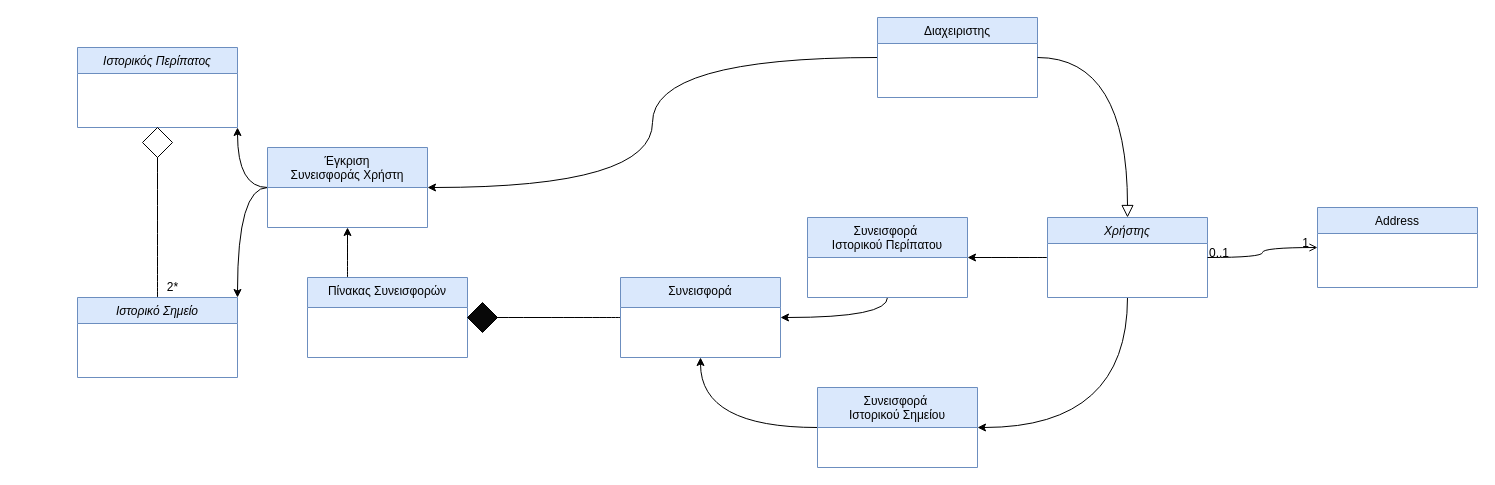
This is NOTES/Domain Model v0.1.drawio from Nektar24/software-engineering, a draw.io file, before an edit. Source tidied: cells renumbered, new cells numbered last; positions are measured from the earlier drawing's top-left corner, leaving out a move shared by most shapes. Both pictures are drawn from the tidied source at 100%, with x=0, y=0 at pixel (77, 17).
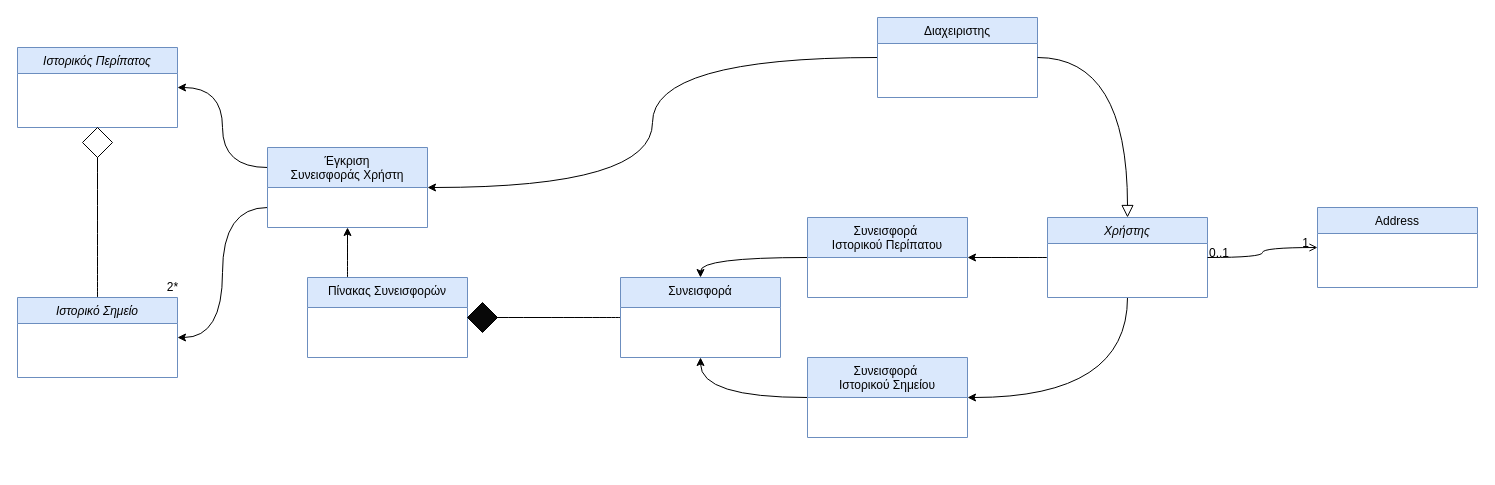
Above is the later version.

Commit message:
domain model changes

The change refers to these unchanged cells:
```xml
<mxCell id="17" value="Συνεισφορά &#10;Ιστορικού Περίπατου" style="swimlane;fontStyle=0;align=center;verticalAlign=top;horizontal=1;startSize=40;rounded=0;shadow=0;strokeWidth=1;fillColor=#dae8fc;strokeColor=#6c8ebf;glass=0;gradientColor=none;swimlaneFillColor=none;noLabel=0;labelPadding=0;swimlaneLine=1;fillStyle=auto;" parent="1" vertex="1">
  <mxGeometry x="730" y="200" width="160" height="80" as="geometry" />
</mxCell>
<mxCell id="23" value="Έγκριση&#10;Συνεισφοράς Χρήστη" style="swimlane;fontStyle=0;align=center;verticalAlign=top;horizontal=1;startSize=40;rounded=0;shadow=0;strokeWidth=1;fillColor=#dae8fc;strokeColor=#6c8ebf;" parent="1" vertex="1">
  <mxGeometry x="190" y="130" width="160" height="80" as="geometry" />
</mxCell>
<mxCell id="25" value="Συνεισφορά" style="swimlane;fontStyle=0;align=center;verticalAlign=top;horizontal=1;startSize=30;rounded=0;shadow=0;strokeWidth=1;fillColor=#dae8fc;strokeColor=#6c8ebf;" parent="1" vertex="1">
  <mxGeometry x="543" y="260" width="160" height="80" as="geometry" />
</mxCell>
```

Diff of the diagram source:
```diff
@@
     <mxCell id="12" value="Ιστορικός Περίπατος" style="swimlane;fontStyle=2;align=center;verticalAlign=top;horizontal=1;startSize=26;rounded=0;shadow=0;strokeWidth=1;fillColor=#dae8fc;strokeColor=#6c8ebf;" parent="1" vertex="1">
-      <mxGeometry y="30" width="160" height="80" as="geometry" />
+      <mxGeometry x="-60" y="30" width="160" height="80" as="geometry" />
     </mxCell>
@@
     <mxCell id="14" value="Ιστορικό Σημείο" style="swimlane;fontStyle=2;align=center;verticalAlign=top;horizontal=1;startSize=26;rounded=0;shadow=0;strokeWidth=1;fillColor=#dae8fc;strokeColor=#6c8ebf;" parent="1" vertex="1">
-      <mxGeometry y="280" width="160" height="80" as="geometry" />
+      <mxGeometry x="-60" y="280" width="160" height="80" as="geometry" />
     </mxCell>
@@
-    <mxCell id="16" style="edgeStyle=orthogonalEdgeStyle;curved=1;rounded=0;jettySize=auto;html=1;exitX=0.5;exitY=1;exitDx=0;exitDy=0;entryX=1;entryY=0.5;entryDx=0;entryDy=0;strokeColor=default;align=center;verticalAlign=middle;fontFamily=Helvetica;fontSize=11;fontColor=default;labelBackgroundColor=default;elbow=vertical;endArrow=classic;" parent="1" edge="1" source="17" target="25">
+    <mxCell id="16" style="edgeStyle=orthogonalEdgeStyle;curved=1;rounded=0;jettySize=auto;html=1;entryX=0.5;entryY=0;entryDx=0;entryDy=0;strokeColor=default;align=center;verticalAlign=middle;fontFamily=Helvetica;fontSize=11;fontColor=default;labelBackgroundColor=default;elbow=vertical;endArrow=classic;exitX=0;exitY=0.5;exitDx=0;exitDy=0;" parent="1" edge="1" source="17" target="25">
       <mxGeometry relative="1" as="geometry" />
     </mxCell>
@@
     <mxCell id="18" style="rhombus;whiteSpace=wrap;html=1;" parent="1" vertex="1">
-      <mxGeometry x="65" y="110" width="30" height="30" as="geometry" />
+      <mxGeometry x="5" y="110" width="30" height="30" as="geometry" />
     </mxCell>
@@
     <mxCell id="20" value="Συνεισφορά &#10;Ιστορικού Σημείου" style="swimlane;fontStyle=0;align=center;verticalAlign=top;horizontal=1;startSize=40;rounded=0;shadow=0;strokeWidth=1;fillColor=#dae8fc;strokeColor=#6c8ebf;glass=0;gradientColor=none;swimlaneFillColor=none;noLabel=0;labelPadding=0;swimlaneLine=1;fillStyle=auto;" parent="1" vertex="1">
-      <mxGeometry x="740" y="370" width="160" height="80" as="geometry" />
+      <mxGeometry x="730" y="340" width="160" height="80" as="geometry" />
     </mxCell>
-    <mxCell id="21" style="edgeStyle=orthogonalEdgeStyle;curved=1;rounded=0;jettySize=auto;html=1;exitX=0;exitY=0.5;exitDx=0;exitDy=0;entryX=1;entryY=0;entryDx=0;entryDy=0;strokeColor=default;align=center;verticalAlign=middle;fontFamily=Helvetica;fontSize=11;fontColor=default;labelBackgroundColor=default;elbow=vertical;endArrow=classic;" parent="1" edge="1" source="23" target="14">
+    <mxCell id="21" style="edgeStyle=orthogonalEdgeStyle;curved=1;rounded=0;jettySize=auto;html=1;exitX=0;exitY=0.75;exitDx=0;exitDy=0;entryX=1;entryY=0.5;entryDx=0;entryDy=0;strokeColor=default;align=center;verticalAlign=middle;fontFamily=Helvetica;fontSize=11;fontColor=default;labelBackgroundColor=default;elbow=vertical;endArrow=classic;" parent="1" edge="1" source="23" target="14">
       <mxGeometry relative="1" as="geometry" />
     </mxCell>
-    <mxCell id="22" style="edgeStyle=orthogonalEdgeStyle;curved=1;rounded=0;jettySize=auto;html=1;exitX=0;exitY=0.5;exitDx=0;exitDy=0;entryX=1;entryY=1;entryDx=0;entryDy=0;strokeColor=default;align=center;verticalAlign=middle;fontFamily=Helvetica;fontSize=11;fontColor=default;labelBackgroundColor=default;elbow=vertical;endArrow=classic;" parent="1" edge="1" source="23" target="12">
+    <mxCell id="22" style="edgeStyle=orthogonalEdgeStyle;curved=1;rounded=0;jettySize=auto;html=1;exitX=0;exitY=0.25;exitDx=0;exitDy=0;entryX=1;entryY=0.5;entryDx=0;entryDy=0;strokeColor=default;align=center;verticalAlign=middle;fontFamily=Helvetica;fontSize=11;fontColor=default;labelBackgroundColor=default;elbow=vertical;endArrow=classic;" parent="1" edge="1" source="23" target="12">
       <mxGeometry relative="1" as="geometry" />
     </mxCell>
```
